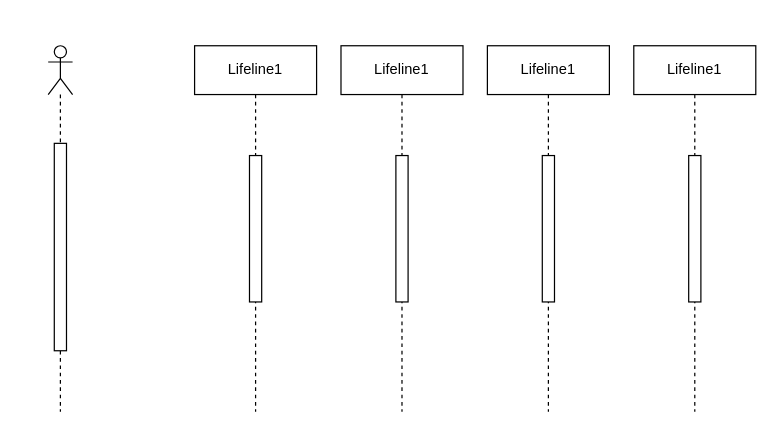
The draw.io diagram Edit Room SSD.drawio in phyllomenous/PM3_DomainModel, before the edit. Source tidied: cells renumbered, new cells numbered last; positions are measured from the earlier drawing's top-left corner, leaving out a move shared by most shapes. Both pictures are drawn from the tidied source at 122%, with x=0, y=0 at pixel (48, 45).
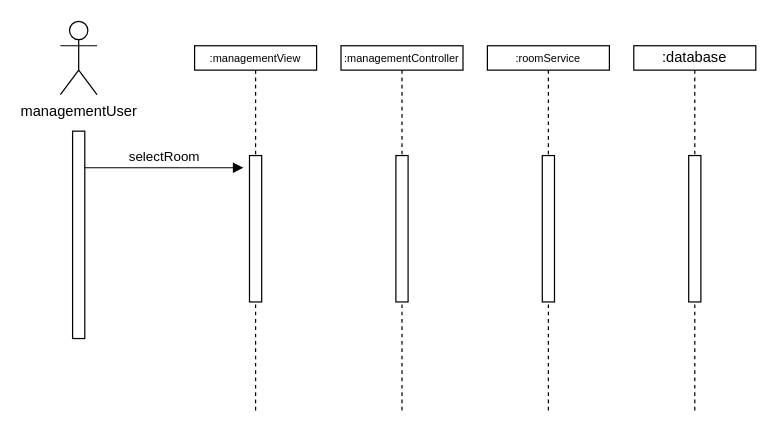
The same diagram, later.

Diff of the diagram source:
```diff
@@
 <mxGraphModel>
   <root>
     <mxCell id="0" />
     <mxCell id="1" parent="0" />
-    <mxCell id="2" value="Lifeline1" style="shape=umlLifeline;perimeter=lifelinePerimeter;whiteSpace=wrap;html=1;newEdgeStyle={&quot;edgeStyle&quot;:&quot;elbowEdgeStyle&quot;,&quot;elbow&quot;:&quot;vertical&quot;,&quot;curved&quot;:0,&quot;rounded&quot;:0};" parent="1" vertex="1">
+    <mxCell id="2" value="&lt;font style=&quot;font-size: 9px;&quot;&gt;:managementController&lt;/font&gt;" style="shape=umlLifeline;perimeter=lifelinePerimeter;whiteSpace=wrap;html=1;newEdgeStyle={&quot;edgeStyle&quot;:&quot;elbowEdgeStyle&quot;,&quot;elbow&quot;:&quot;vertical&quot;,&quot;curved&quot;:0,&quot;rounded&quot;:0};size=20;" parent="1" vertex="1">
       <mxGeometry x="240" width="100" height="300" as="geometry" />
     </mxCell>
     <mxCell id="3" style="html=1;perimeter=orthogonalPerimeter;targetShapes=umlLifeline;newEdgeStyle={&quot;edgeStyle&quot;:&quot;elbowEdgeStyle&quot;,&quot;elbow&quot;:&quot;vertical&quot;,&quot;curved&quot;:0,&quot;rounded&quot;:0};" parent="2" vertex="1">
       <mxGeometry x="45" y="90" width="10" height="120" as="geometry" />
     </mxCell>
-    <mxCell id="4" value="Lifeline1" style="shape=umlLifeline;perimeter=lifelinePerimeter;whiteSpace=wrap;html=1;newEdgeStyle={&quot;edgeStyle&quot;:&quot;elbowEdgeStyle&quot;,&quot;elbow&quot;:&quot;vertical&quot;,&quot;curved&quot;:0,&quot;rounded&quot;:0};" parent="1" vertex="1">
+    <mxCell id="4" value="&lt;font style=&quot;font-size: 9px;&quot;&gt;:managementView&lt;/font&gt;" style="shape=umlLifeline;perimeter=lifelinePerimeter;whiteSpace=wrap;html=1;newEdgeStyle={&quot;edgeStyle&quot;:&quot;elbowEdgeStyle&quot;,&quot;elbow&quot;:&quot;vertical&quot;,&quot;curved&quot;:0,&quot;rounded&quot;:0};size=20;" parent="1" vertex="1">
       <mxGeometry x="120" width="100" height="300" as="geometry" />
     </mxCell>
     <mxCell id="5" style="html=1;perimeter=orthogonalPerimeter;targetShapes=umlLifeline;newEdgeStyle={&quot;edgeStyle&quot;:&quot;elbowEdgeStyle&quot;,&quot;elbow&quot;:&quot;vertical&quot;,&quot;curved&quot;:0,&quot;rounded&quot;:0};" parent="4" vertex="1">
       <mxGeometry x="45" y="90" width="10" height="120" as="geometry" />
     </mxCell>
-    <mxCell id="6" value="Lifeline1" style="shape=umlLifeline;perimeter=lifelinePerimeter;whiteSpace=wrap;html=1;newEdgeStyle={&quot;edgeStyle&quot;:&quot;elbowEdgeStyle&quot;,&quot;elbow&quot;:&quot;vertical&quot;,&quot;curved&quot;:0,&quot;rounded&quot;:0};" parent="1" vertex="1">
+    <mxCell id="6" value="&lt;font style=&quot;font-size: 9px;&quot;&gt;:roomService&lt;/font&gt;" style="shape=umlLifeline;perimeter=lifelinePerimeter;whiteSpace=wrap;html=1;newEdgeStyle={&quot;edgeStyle&quot;:&quot;elbowEdgeStyle&quot;,&quot;elbow&quot;:&quot;vertical&quot;,&quot;curved&quot;:0,&quot;rounded&quot;:0};size=20;" parent="1" vertex="1">
       <mxGeometry x="360" width="100" height="300" as="geometry" />
     </mxCell>
     <mxCell id="7" style="html=1;perimeter=orthogonalPerimeter;targetShapes=umlLifeline;newEdgeStyle={&quot;edgeStyle&quot;:&quot;elbowEdgeStyle&quot;,&quot;elbow&quot;:&quot;vertical&quot;,&quot;curved&quot;:0,&quot;rounded&quot;:0};" parent="6" vertex="1">
       <mxGeometry x="45" y="90" width="10" height="120" as="geometry" />
     </mxCell>
-    <mxCell id="8" value="Lifeline1" style="shape=umlLifeline;perimeter=lifelinePerimeter;whiteSpace=wrap;html=1;newEdgeStyle={&quot;edgeStyle&quot;:&quot;elbowEdgeStyle&quot;,&quot;elbow&quot;:&quot;vertical&quot;,&quot;curved&quot;:0,&quot;rounded&quot;:0};" parent="1" vertex="1">
+    <mxCell id="8" value=":database" style="shape=umlLifeline;perimeter=lifelinePerimeter;whiteSpace=wrap;html=1;newEdgeStyle={&quot;edgeStyle&quot;:&quot;elbowEdgeStyle&quot;,&quot;elbow&quot;:&quot;vertical&quot;,&quot;curved&quot;:0,&quot;rounded&quot;:0};size=20;" parent="1" vertex="1">
       <mxGeometry x="480" width="100" height="300" as="geometry" />
     </mxCell>
     <mxCell id="9" style="html=1;perimeter=orthogonalPerimeter;targetShapes=umlLifeline;newEdgeStyle={&quot;edgeStyle&quot;:&quot;elbowEdgeStyle&quot;,&quot;elbow&quot;:&quot;vertical&quot;,&quot;curved&quot;:0,&quot;rounded&quot;:0};" parent="8" vertex="1">
       <mxGeometry x="45" y="90" width="10" height="120" as="geometry" />
     </mxCell>
-    <mxCell id="10" style="shape=umlLifeline;perimeter=lifelinePerimeter;whiteSpace=wrap;html=1;newEdgeStyle={&quot;edgeStyle&quot;:&quot;elbowEdgeStyle&quot;,&quot;elbow&quot;:&quot;vertical&quot;,&quot;curved&quot;:0,&quot;rounded&quot;:0};participant=umlActor;" parent="1" vertex="1">
-      <mxGeometry width="20" height="300" as="geometry" />
-    </mxCell>
-    <mxCell id="11" style="html=1;perimeter=orthogonalPerimeter;targetShapes=umlLifeline;newEdgeStyle={&quot;edgeStyle&quot;:&quot;elbowEdgeStyle&quot;,&quot;elbow&quot;:&quot;vertical&quot;,&quot;curved&quot;:0,&quot;rounded&quot;:0};" parent="10" vertex="1">
-      <mxGeometry x="5" y="80" width="10" height="170" as="geometry" />
+    <mxCell id="11" style="html=1;perimeter=orthogonalPerimeter;targetShapes=umlLifeline;newEdgeStyle={&quot;edgeStyle&quot;:&quot;elbowEdgeStyle&quot;,&quot;elbow&quot;:&quot;vertical&quot;,&quot;curved&quot;:0,&quot;rounded&quot;:0};" parent="1" vertex="1">
+      <mxGeometry x="20" y="70" width="10" height="170" as="geometry" />
     </mxCell>
+    <mxCell id="12" value="managementUser" style="shape=umlActor;verticalLabelPosition=bottom;verticalAlign=top;html=1;" parent="1" vertex="1">
+      <mxGeometry x="10" y="-20" width="30" height="60" as="geometry" />
+    </mxCell>
+    <mxCell id="13" value="selectRoom" style="html=1;verticalAlign=bottom;endArrow=block;edgeStyle=elbowEdgeStyle;elbow=vertical;curved=0;rounded=0;" parent="1" edge="1">
+      <mxGeometry relative="1" as="geometry">
+        <mxPoint x="30" y="100" as="sourcePoint" />
+        <mxPoint x="160" y="100" as="targetPoint" />
+      </mxGeometry>
+    </mxCell>
   </root>
 </mxGraphModel>
```
